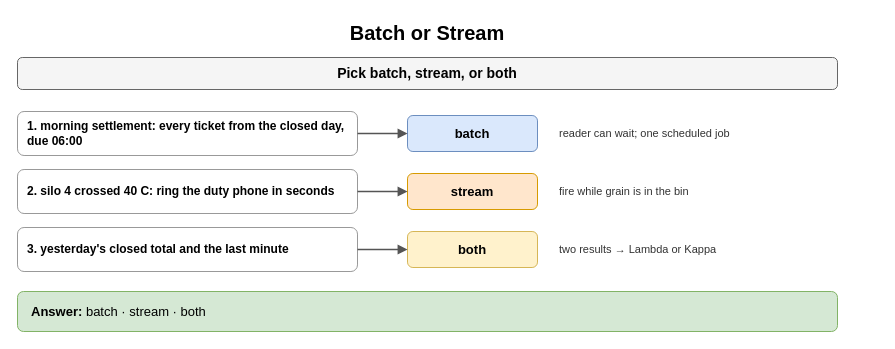
The draw.io diagram page "Batch or Stream" (3 of 8) of content/09_System_Design_Interview/13_Storage_and_Data_Processing_at_Scale/diagrams/storage-processing-drills.drawio in amendez13/swe-study-guide, before the edit. Source tidied: cells renumbered, new cells numbered last; positions are measured from the earlier drawing's top-left corner, leaving out a move shared by most shapes. Both pictures are drawn from the tidied source at 100%, with x=0, y=0 at pixel (17, 17).
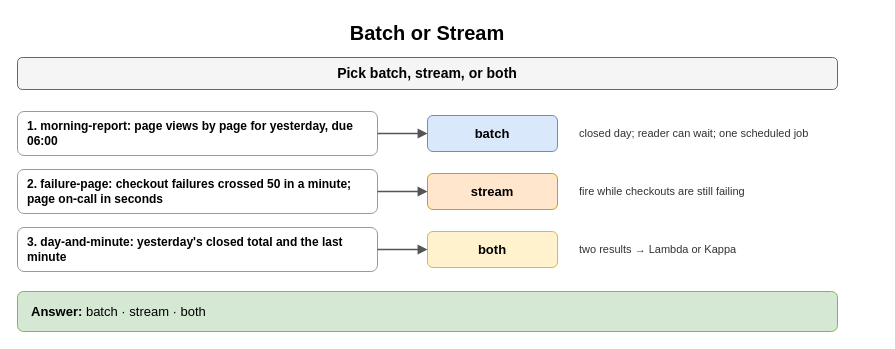
The same diagram, later.

Diff of the diagram source:
```diff
@@
 <mxGraphModel>
   <root>
     <mxCell id="0" />
     <mxCell id="1" parent="0" />
     <mxCell id="2" value="Batch or Stream" style="text;html=1;align=center;verticalAlign=middle;whiteSpace=wrap;fontSize=20;fontStyle=1;" parent="1" vertex="1">
       <mxGeometry width="820" height="30" as="geometry" />
     </mxCell>
     <mxCell id="3" value="Pick batch, stream, or both" style="rounded=1;whiteSpace=wrap;html=1;fillColor=#f5f5f5;strokeColor=#666666;fontStyle=1;fontSize=14;" parent="1" vertex="1">
       <mxGeometry y="40" width="820" height="32" as="geometry" />
     </mxCell>
-    <mxCell id="4" value="1. morning settlement: every ticket from the closed day, due 06:00" style="rounded=1;whiteSpace=wrap;html=1;fillColor=#ffffff;strokeColor=#999999;fontSize=12;align=left;fontStyle=1;spacingLeft=8;" parent="1" vertex="1">
-      <mxGeometry y="94" width="340" height="44" as="geometry" />
+    <mxCell id="4" value="1. morning-report: page views by page for yesterday, due 06:00" style="rounded=1;whiteSpace=wrap;html=1;fillColor=#ffffff;strokeColor=#999999;fontSize=12;align=left;fontStyle=1;spacingLeft=8;" parent="1" vertex="1">
+      <mxGeometry y="94" width="360" height="44" as="geometry" />
     </mxCell>
     <mxCell id="5" value="batch" style="rounded=1;whiteSpace=wrap;html=1;fillColor=#dae8fc;strokeColor=#6c8ebf;fontSize=13;align=center;fontStyle=1;" parent="1" vertex="1">
-      <mxGeometry x="390" y="98" width="130" height="36" as="geometry" />
+      <mxGeometry x="410" y="98" width="130" height="36" as="geometry" />
     </mxCell>
     <mxCell id="6" style="endArrow=block;endSize=6;html=1;strokeWidth=1.5;strokeColor=#555555;fontSize=11;labelBackgroundColor=#ffffff;" parent="1" edge="1" source="4" target="5">
       <mxGeometry relative="1" as="geometry" />
     </mxCell>
-    <mxCell id="7" value="reader can wait; one scheduled job" style="text;html=1;whiteSpace=wrap;fontSize=11;align=left;verticalAlign=middle;fontSize=11;fontColor=#333333;" parent="1" vertex="1">
-      <mxGeometry x="540" y="94" width="320" height="44" as="geometry" />
+    <mxCell id="7" value="closed day; reader can wait; one scheduled job" style="text;html=1;whiteSpace=wrap;fontSize=11;align=left;verticalAlign=middle;fontSize=11;fontColor=#333333;" parent="1" vertex="1">
+      <mxGeometry x="560" y="94" width="300" height="44" as="geometry" />
     </mxCell>
-    <mxCell id="8" value="2. silo 4 crossed 40 C: ring the duty phone in seconds" style="rounded=1;whiteSpace=wrap;html=1;fillColor=#ffffff;strokeColor=#999999;fontSize=12;align=left;fontStyle=1;spacingLeft=8;" parent="1" vertex="1">
-      <mxGeometry y="152" width="340" height="44" as="geometry" />
+    <mxCell id="8" value="2. failure-page: checkout failures crossed 50 in a minute; page on-call in seconds" style="rounded=1;whiteSpace=wrap;html=1;fillColor=#ffffff;strokeColor=#999999;fontSize=12;align=left;fontStyle=1;spacingLeft=8;" parent="1" vertex="1">
+      <mxGeometry y="152" width="360" height="44" as="geometry" />
     </mxCell>
     <mxCell id="9" value="stream" style="rounded=1;whiteSpace=wrap;html=1;fillColor=#ffe6cc;strokeColor=#d79b00;fontSize=13;align=center;fontStyle=1;" parent="1" vertex="1">
-      <mxGeometry x="390" y="156" width="130" height="36" as="geometry" />
+      <mxGeometry x="410" y="156" width="130" height="36" as="geometry" />
     </mxCell>
     <mxCell id="10" style="endArrow=block;endSize=6;html=1;strokeWidth=1.5;strokeColor=#555555;fontSize=11;labelBackgroundColor=#ffffff;" parent="1" edge="1" source="8" target="9">
       <mxGeometry relative="1" as="geometry" />
     </mxCell>
-    <mxCell id="11" value="fire while grain is in the bin" style="text;html=1;whiteSpace=wrap;fontSize=11;align=left;verticalAlign=middle;fontSize=11;fontColor=#333333;" parent="1" vertex="1">
-      <mxGeometry x="540" y="152" width="320" height="44" as="geometry" />
+    <mxCell id="11" value="fire while checkouts are still failing" style="text;html=1;whiteSpace=wrap;fontSize=11;align=left;verticalAlign=middle;fontSize=11;fontColor=#333333;" parent="1" vertex="1">
+      <mxGeometry x="560" y="152" width="300" height="44" as="geometry" />
     </mxCell>
-    <mxCell id="12" value="3. yesterday's closed total and the last minute" style="rounded=1;whiteSpace=wrap;html=1;fillColor=#ffffff;strokeColor=#999999;fontSize=12;align=left;fontStyle=1;spacingLeft=8;" parent="1" vertex="1">
-      <mxGeometry y="210" width="340" height="44" as="geometry" />
+    <mxCell id="12" value="3. day-and-minute: yesterday's closed total and the last minute" style="rounded=1;whiteSpace=wrap;html=1;fillColor=#ffffff;strokeColor=#999999;fontSize=12;align=left;fontStyle=1;spacingLeft=8;" parent="1" vertex="1">
+      <mxGeometry y="210" width="360" height="44" as="geometry" />
     </mxCell>
     <mxCell id="13" value="both" style="rounded=1;whiteSpace=wrap;html=1;fillColor=#fff2cc;strokeColor=#d6b656;fontSize=13;align=center;fontStyle=1;" parent="1" vertex="1">
-      <mxGeometry x="390" y="214" width="130" height="36" as="geometry" />
+      <mxGeometry x="410" y="214" width="130" height="36" as="geometry" />
     </mxCell>
     <mxCell id="14" style="endArrow=block;endSize=6;html=1;strokeWidth=1.5;strokeColor=#555555;fontSize=11;labelBackgroundColor=#ffffff;" parent="1" edge="1" source="12" target="13">
       <mxGeometry relative="1" as="geometry" />
     </mxCell>
     <mxCell id="15" value="two results → Lambda or Kappa" style="text;html=1;whiteSpace=wrap;fontSize=11;align=left;verticalAlign=middle;fontSize=11;fontColor=#333333;" parent="1" vertex="1">
-      <mxGeometry x="540" y="210" width="320" height="44" as="geometry" />
+      <mxGeometry x="560" y="210" width="300" height="44" as="geometry" />
     </mxCell>
     <mxCell id="16" value="&lt;b&gt;Answer:&lt;/b&gt; batch · stream · both" style="rounded=1;whiteSpace=wrap;html=1;fillColor=#d5e8d4;strokeColor=#82b366;fontSize=13;align=left;spacingLeft=12;" parent="1" vertex="1">
       <mxGeometry y="274" width="820" height="40" as="geometry" />
     </mxCell>
   </root>
 </mxGraphModel>
```
